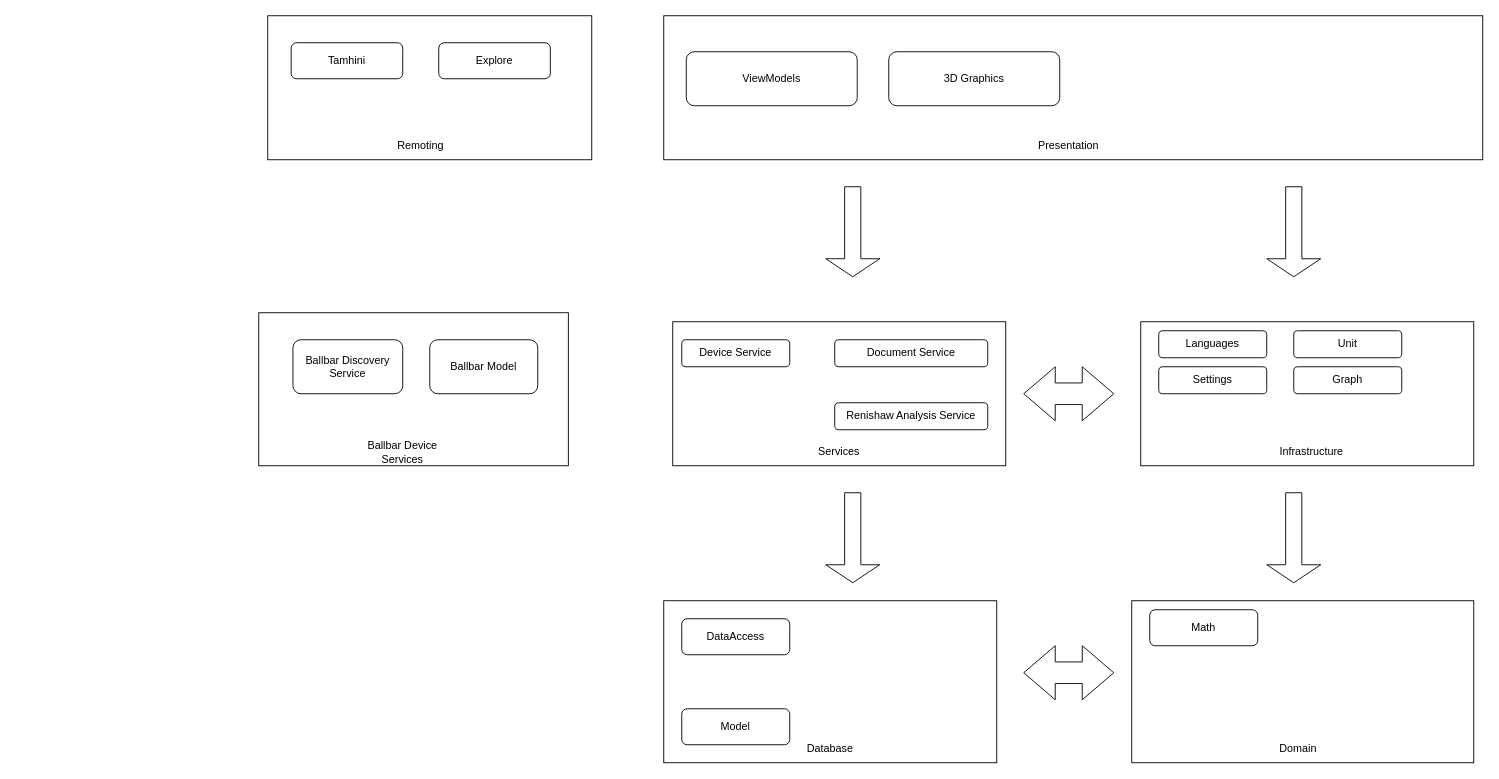
AmolSJawalkar/DrawIO keeps this draw.io diagram as page "Layered Diagram" (1 of 4) of Caesar/Caesar Architecture.drawio. Above is the earlier version. Source tidied: cells renumbered, new cells numbered last; positions are measured from the earlier drawing's top-left corner, leaving out a move shared by most shapes. Both pictures are drawn from the tidied source at 90%, with x=0, y=0 at pixel (258, 15).
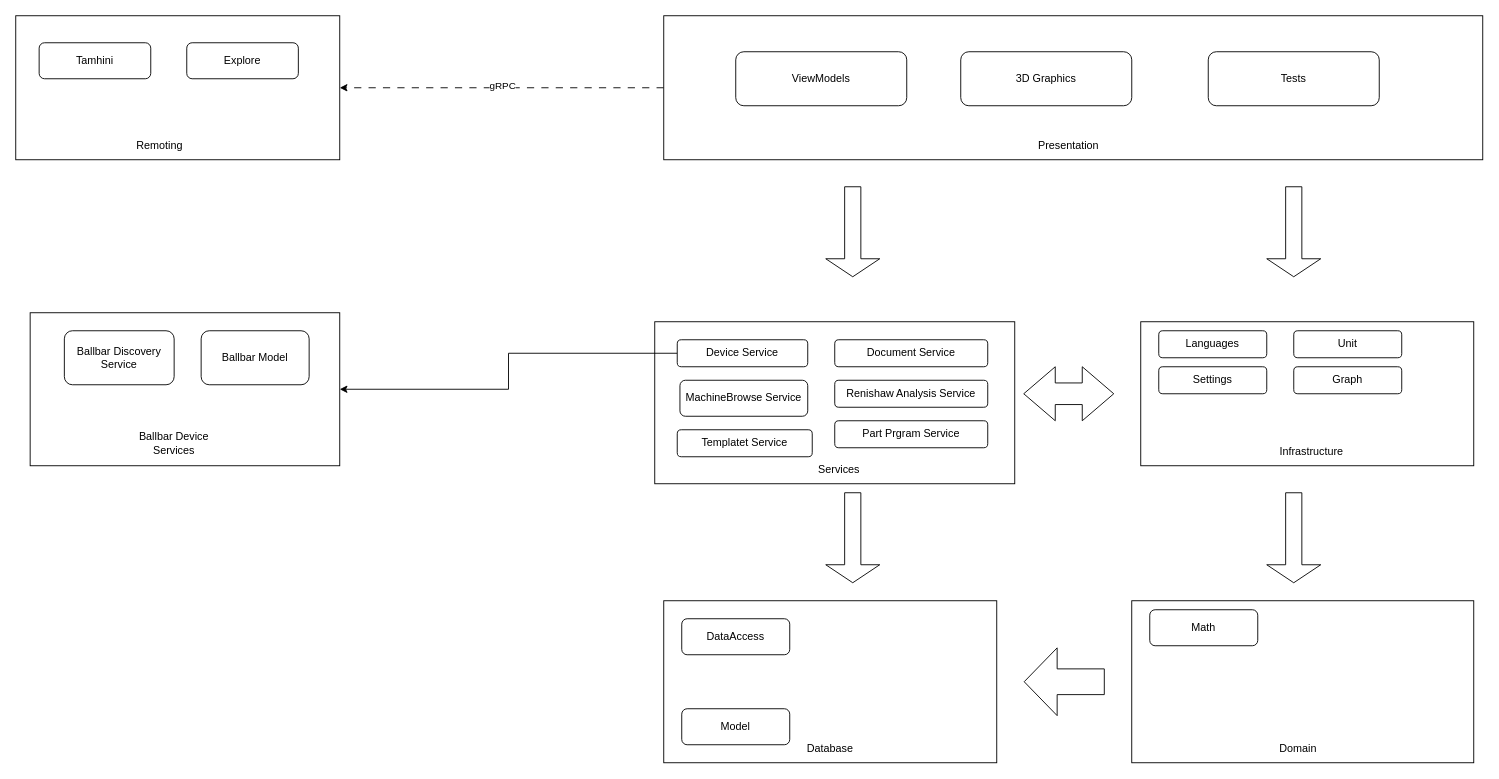
The same diagram, later.

The change refers to these unchanged cells:
```xml
<mxCell id="3" style="rounded=0;whiteSpace=wrap;html=1;" parent="1" vertex="1">
  <mxGeometry x="450" width="910" height="160" as="geometry" />
</mxCell>
```

What changed in the source:
```diff
@@
+    <mxCell id="38" style="edgeStyle=orthogonalEdgeStyle;rounded=0;jettySize=auto;html=1;entryX=1;entryY=0.5;entryDx=0;entryDy=0;dashed=1;dashPattern=8 8;" parent="1" edge="1" source="3" target="31">
+      <mxGeometry relative="1" as="geometry" />
+    </mxCell>
+    <mxCell id="39" value="gRPC" style="edgeLabel;html=1;align=center;verticalAlign=middle;" parent="38" vertex="1">
+      <mxGeometry y="-3" relative="1" as="geometry" />
+    </mxCell>
@@
     <mxCell id="4" value="ViewModels" style="rounded=1;whiteSpace=wrap;html=1;" parent="1" vertex="1">
-      <mxGeometry x="475" y="40" width="190" height="60" as="geometry" />
+      <mxGeometry x="530" y="40" width="190" height="60" as="geometry" />
     </mxCell>
     <mxCell id="5" value="3D Graphics" style="rounded=1;whiteSpace=wrap;html=1;" parent="1" vertex="1">
-      <mxGeometry x="700" y="40" width="190" height="60" as="geometry" />
+      <mxGeometry x="780" y="40" width="190" height="60" as="geometry" />
     </mxCell>
     <mxCell id="6" style="rounded=0;whiteSpace=wrap;html=1;" parent="1" vertex="1">
-      <mxGeometry x="460" y="340" width="370" height="160" as="geometry" />
+      <mxGeometry x="440" y="340" width="400" height="180" as="geometry" />
     </mxCell>
@@
     <mxCell id="8" value="Services" style="text;html=1;align=center;verticalAlign=middle;whiteSpace=wrap;rounded=0;" parent="1" vertex="1">
-      <mxGeometry x="615" y="470" width="60" height="30" as="geometry" />
+      <mxGeometry x="615" y="490" width="60" height="30" as="geometry" />
     </mxCell>
@@
+    <mxCell id="40" style="edgeStyle=orthogonalEdgeStyle;rounded=0;jettySize=auto;html=1;entryX=1;entryY=0.5;entryDx=0;entryDy=0;" parent="1" edge="1" source="10" target="29">
+      <mxGeometry relative="1" as="geometry" />
+    </mxCell>
     <mxCell id="10" value="Device Service" style="rounded=1;whiteSpace=wrap;html=1;" parent="1" vertex="1">
-      <mxGeometry x="470" y="360" width="120" height="30" as="geometry" />
+      <mxGeometry x="465" y="360" width="145" height="30" as="geometry" />
     </mxCell>
@@
     <mxCell id="12" value="Renishaw Analysis Service" style="rounded=1;whiteSpace=wrap;html=1;" parent="1" vertex="1">
-      <mxGeometry x="640" y="430" width="170" height="30" as="geometry" />
+      <mxGeometry x="640" y="405" width="170" height="30" as="geometry" />
     </mxCell>
@@
-    <mxCell id="28" style="html=1;shadow=0;dashed=0;align=center;verticalAlign=middle;shape=mxgraph.arrows2.twoWayArrow;dy=0.6;dx=35;" parent="1" vertex="1">
-      <mxGeometry x="850" y="700" width="100" height="60" as="geometry" />
-    </mxCell>
     <mxCell id="29" style="rounded=0;whiteSpace=wrap;html=1;" parent="1" vertex="1">
-      <mxGeometry y="330" width="344" height="170" as="geometry" />
+      <mxGeometry x="-254" y="330" width="344" height="170" as="geometry" />
     </mxCell>
     <mxCell id="30" value="Ballbar Device Services" style="text;html=1;align=center;verticalAlign=middle;whiteSpace=wrap;rounded=0;" parent="1" vertex="1">
-      <mxGeometry x="120" y="470" width="80" height="30" as="geometry" />
+      <mxGeometry x="-134" y="460" width="80" height="30" as="geometry" />
     </mxCell>
     <mxCell id="31" style="rounded=0;whiteSpace=wrap;html=1;" parent="1" vertex="1">
-      <mxGeometry x="10" width="360" height="160" as="geometry" />
+      <mxGeometry x="-270" width="360" height="160" as="geometry" />
     </mxCell>
     <mxCell id="32" value="Remoting" style="text;html=1;align=center;verticalAlign=middle;whiteSpace=wrap;rounded=0;" parent="1" vertex="1">
-      <mxGeometry x="150" y="130" width="60" height="30" as="geometry" />
+      <mxGeometry x="-140" y="130" width="60" height="30" as="geometry" />
     </mxCell>
     <mxCell id="33" value="Tamhini" style="rounded=1;whiteSpace=wrap;html=1;" parent="1" vertex="1">
-      <mxGeometry x="36" y="30" width="124" height="40" as="geometry" />
+      <mxGeometry x="-244" y="30" width="124" height="40" as="geometry" />
     </mxCell>
     <mxCell id="34" value="Explore" style="rounded=1;whiteSpace=wrap;html=1;" parent="1" vertex="1">
-      <mxGeometry x="200" y="30" width="124" height="40" as="geometry" />
+      <mxGeometry x="-80" y="30" width="124" height="40" as="geometry" />
     </mxCell>
@@
     <mxCell id="36" value="Ballbar Discovery Service" style="rounded=1;whiteSpace=wrap;html=1;" parent="1" vertex="1">
-      <mxGeometry x="38" y="360" width="122" height="60" as="geometry" />
+      <mxGeometry x="-216" y="350" width="122" height="60" as="geometry" />
     </mxCell>
     <mxCell id="37" value="Ballbar Model" style="rounded=1;whiteSpace=wrap;html=1;" parent="1" vertex="1">
-      <mxGeometry x="190" y="360" width="120" height="60" as="geometry" />
+      <mxGeometry x="-64" y="350" width="120" height="60" as="geometry" />
     </mxCell>
+    <mxCell id="41" value="MachineBrowse Service" style="rounded=1;whiteSpace=wrap;html=1;" parent="1" vertex="1">
+      <mxGeometry x="468" y="405" width="142" height="40" as="geometry" />
+    </mxCell>
+    <mxCell id="42" value="Tests" style="rounded=1;whiteSpace=wrap;html=1;" parent="1" vertex="1">
+      <mxGeometry x="1055" y="40" width="190" height="60" as="geometry" />
+    </mxCell>
+    <mxCell id="43" value="Part Prgram Service" style="rounded=1;whiteSpace=wrap;html=1;" parent="1" vertex="1">
+      <mxGeometry x="640" y="450" width="170" height="30" as="geometry" />
+    </mxCell>
+    <mxCell id="44" value="Templatet Service" style="rounded=1;whiteSpace=wrap;html=1;" parent="1" vertex="1">
+      <mxGeometry x="465" y="460" width="150" height="30" as="geometry" />
+    </mxCell>
+    <mxCell id="45" style="shape=flexArrow;endArrow=classic;html=1;rounded=0;endWidth=45.714285714285715;endSize=11.871428571428574;width=28.571428571428573;" parent="1" edge="1">
+      <mxGeometry relative="1" as="geometry">
+        <mxPoint x="940" y="740" as="sourcePoint" />
+        <mxPoint x="850" y="740" as="targetPoint" />
+      </mxGeometry>
+    </mxCell>
```
